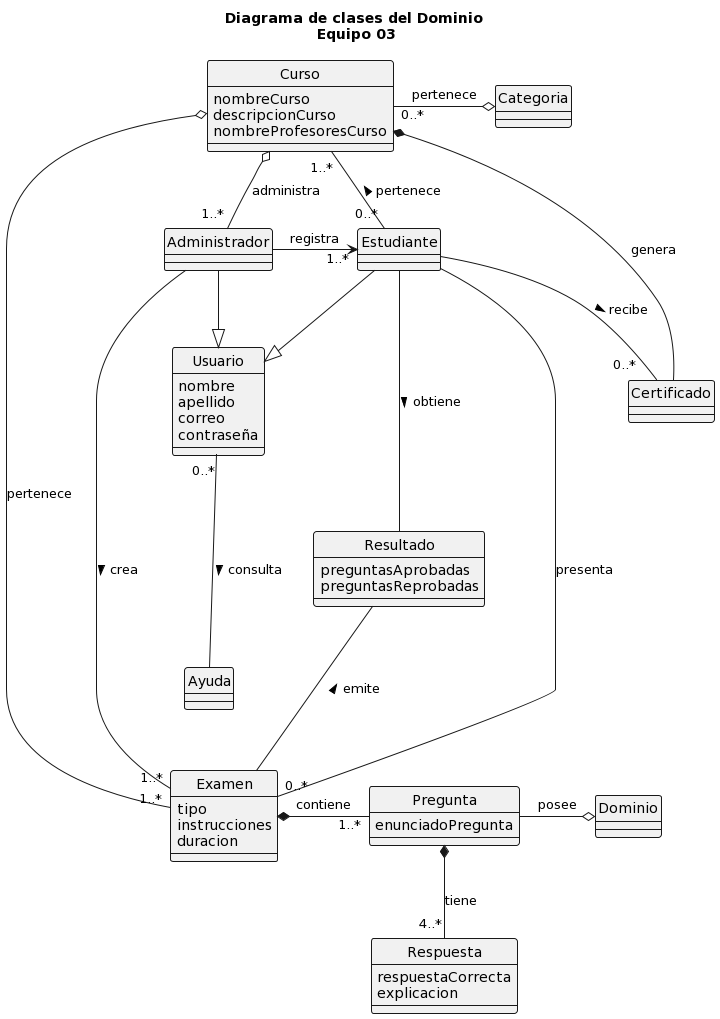
febres35/EdTech_IS keeps this PlantUML diagram as docs/scenariosView/diagramaClasesDominio/Diagrama de clases.png. Above is the earlier version.
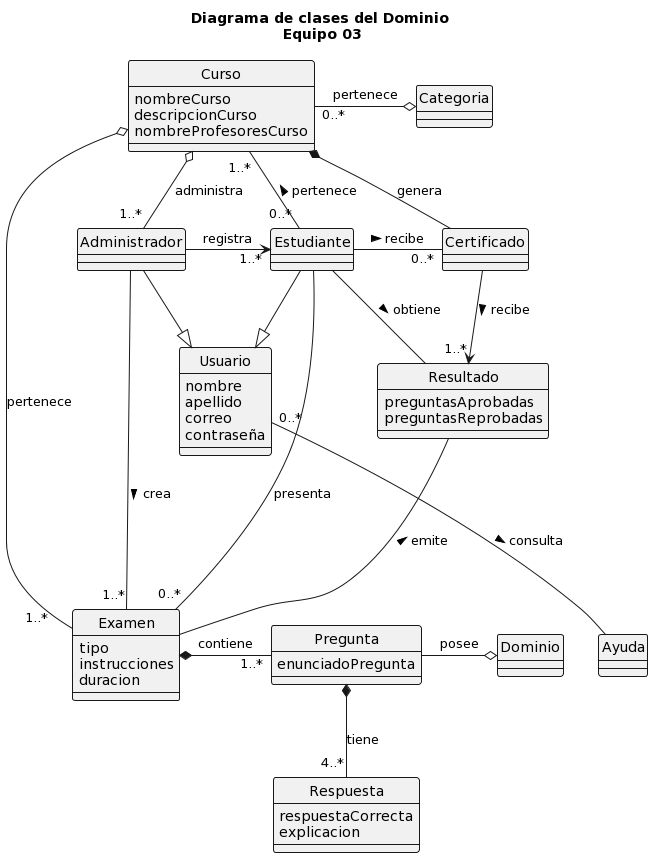
After the commit.

Commit message:
Agregada relacion entre Certificado y Resultado

Change to the diagram source:
```diff
@@ -49,7 +49,7 @@
 
 Usuario <|-left- Administrador
 Usuario <|-up- Estudiante
-Usuario "0..*"--- Ayuda: > consulta
+Usuario "0..*"-down-- Ayuda: > consulta
 
 Administrador -- "1..*"Examen: > crea
 Administrador -right-> "     1..*"Estudiante: registra
@@ -57,8 +57,8 @@
 
 Estudiante "0..*"-right-"    1..*"Curso: > pertenece
 Estudiante -right- "0..*"Examen: presenta
-Estudiante -- "0..*   "Certificado: > recibe
-Estudiante --- Resultado: > obtiene
+Estudiante -right- "0..*"Certificado: > recibe
+Estudiante -right- Resultado: > obtiene
 
 Examen *-right- "1..*"Pregunta: contiene
 Examen -up-- Resultado: > emite
@@ -67,6 +67,8 @@
 Pregunta -right-o Dominio: posee
 
 Curso "0..*" -right-o Categoria: pertenece
-Curso o----- "1..*"Examen: pertenece
+Curso o----- "1..*    "Examen: pertenece
 Curso *- Certificado: genera
+
+Certificado --> "1..*"Resultado: recibe >
 @enduml
```
